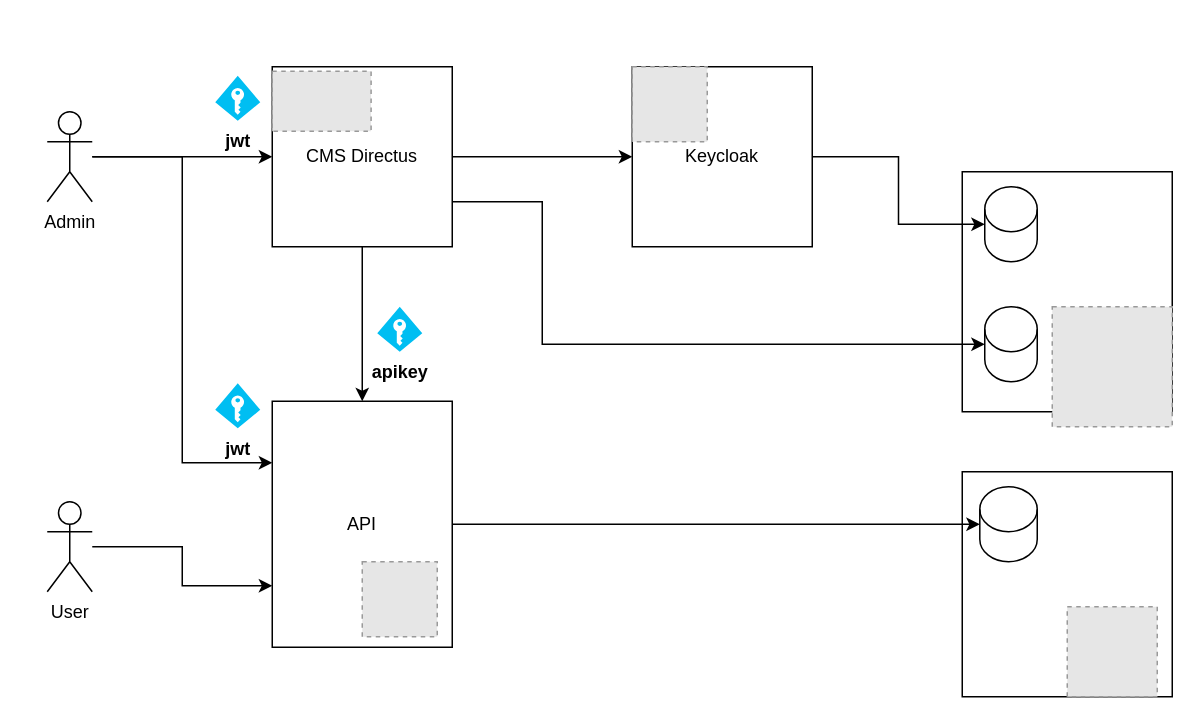
The draw.io diagram doc/architecture.drawio in epourail/pewpui, before the edit. Source tidied: cells renumbered, new cells numbered last; positions are measured from the earlier drawing's top-left corner, leaving out a move shared by most shapes. Both pictures are drawn from the tidied source at 150%, with x=0, y=0 at pixel (46, 66). Pictures stored in the file or linked from it are replaced by grey dashed boxes.
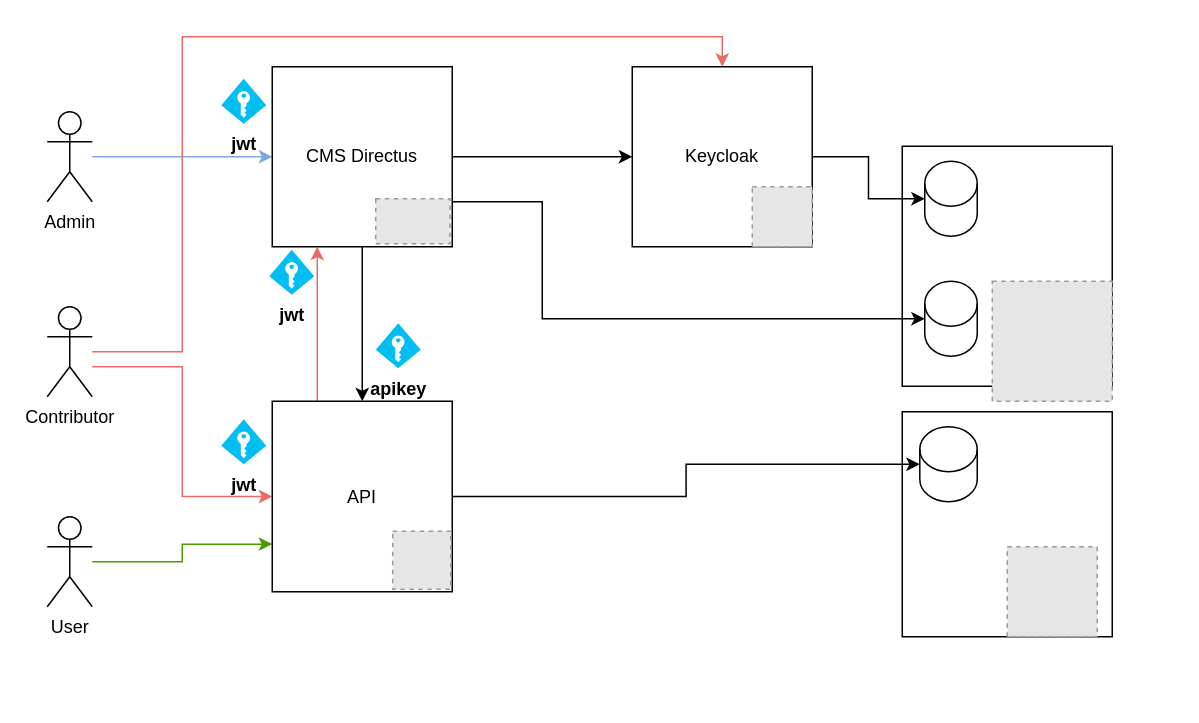
After the change.

Unchanged cells that the change refers to:
```xml
<mxCell id="4" style="shape=cylinder3;whiteSpace=wrap;html=1;boundedLbl=1;backgroundOutline=1;size=15;" parent="2" vertex="1">
  <mxGeometry x="11.7" y="10" width="38.3" height="50" as="geometry" />
</mxCell>
<mxCell id="14" value="Admin" style="shape=umlActor;verticalLabelPosition=bottom;verticalAlign=top;html=1;outlineConnect=0;" parent="1" vertex="1">
  <mxGeometry y="30" width="30" height="60" as="geometry" />
</mxCell>
<mxCell id="21" style="shape=cylinder3;whiteSpace=wrap;html=1;boundedLbl=1;backgroundOutline=1;size=15;" parent="17" vertex="1">
  <mxGeometry x="15" y="90" width="35" height="50" as="geometry" />
</mxCell>
```

What changed in the source:
```diff
@@
     <mxCell id="2" style="group;" parent="1" vertex="1">
-      <mxGeometry x="610" y="270" width="140" height="150" as="geometry" />
+      <mxGeometry x="570" y="230" width="140" height="150" as="geometry" />
     </mxCell>
@@
-    <mxCell id="6" style="group;" parent="1" vertex="1">
-      <mxGeometry x="390" width="120" height="120" as="geometry" />
-    </mxCell>
-    <mxCell id="7" value="Keycloak" style="whiteSpace=wrap;html=1;" parent="6" vertex="1">
-      <mxGeometry width="120" height="120" as="geometry" />
-    </mxCell>
-    <mxCell id="8" style="fillColor=#E6E6E6;strokeColor=#999999;dashed=1;verticalLabelPosition=bottom;labelBackgroundColor=default;verticalAlign=top;" parent="6" vertex="1">
-      <mxGeometry width="50" height="50" as="geometry" />
-    </mxCell>
-    <mxCell id="9" style="group;" parent="1" vertex="1">
-      <mxGeometry x="150" width="120" height="120" as="geometry" />
-    </mxCell>
-    <mxCell id="10" value="CMS Directus" style="rounded=0;whiteSpace=wrap;html=1;" parent="9" vertex="1">
-      <mxGeometry width="120" height="120" as="geometry" />
-    </mxCell>
-    <mxCell id="11" style="fillColor=#E6E6E6;strokeColor=#999999;dashed=1;verticalLabelPosition=bottom;labelBackgroundColor=default;verticalAlign=top;" parent="9" vertex="1">
-      <mxGeometry y="3" width="65.9" height="40" as="geometry" />
-    </mxCell>
-    <mxCell id="12" style="edgeStyle=orthogonalEdgeStyle;rounded=0;jettySize=auto;html=1;" parent="1" edge="1" source="14" target="10">
-      <mxGeometry relative="1" as="geometry" />
+    <mxCell id="12" style="edgeStyle=orthogonalEdgeStyle;rounded=0;jettySize=auto;html=1;strokeColor=#7EA6E0;" parent="1" edge="1" source="14" target="10">
+      <mxGeometry relative="1" as="geometry">
+        <Array as="points">
+          <mxPoint x="60" y="60" />
+          <mxPoint x="60" y="60" />
+        </Array>
+      </mxGeometry>
     </mxCell>
-    <mxCell id="13" style="edgeStyle=orthogonalEdgeStyle;rounded=0;jettySize=auto;html=1;entryX=0;entryY=0.25;entryDx=0;entryDy=0;" parent="1" edge="1" target="31">
+    <mxCell id="13" style="edgeStyle=orthogonalEdgeStyle;rounded=0;jettySize=auto;html=1;strokeColor=#EA6B66;entryX=0;entryY=0.5;entryDx=0;entryDy=0;" parent="1" edge="1" source="34" target="31">
       <mxGeometry relative="1" as="geometry">
-        <mxPoint x="30" y="60" as="sourcePoint" />
         <Array as="points">
-          <mxPoint x="90" y="60" />
-          <mxPoint x="90" y="264" />
+          <mxPoint x="90" y="200" />
+          <mxPoint x="90" y="287" />
         </Array>
       </mxGeometry>
     </mxCell>
@@
-    <mxCell id="15" style="edgeStyle=orthogonalEdgeStyle;rounded=0;jettySize=auto;html=1;entryX=0;entryY=0.75;entryDx=0;entryDy=0;" parent="1" edge="1" source="16" target="31">
+    <mxCell id="15" style="edgeStyle=orthogonalEdgeStyle;rounded=0;jettySize=auto;html=1;strokeColor=#4D9900;entryX=0;entryY=0.75;entryDx=0;entryDy=0;" parent="1" edge="1" source="16" target="31">
       <mxGeometry relative="1" as="geometry" />
     </mxCell>
     <mxCell id="16" value="User" style="shape=umlActor;verticalLabelPosition=bottom;verticalAlign=top;html=1;outlineConnect=0;" parent="1" vertex="1">
-      <mxGeometry y="290" width="30" height="60" as="geometry" />
+      <mxGeometry y="300" width="30" height="60" as="geometry" />
     </mxCell>
     <mxCell id="17" style="group;" parent="1" vertex="1">
-      <mxGeometry x="610" y="70" width="140" height="170" as="geometry" />
+      <mxGeometry x="570" y="53" width="140" height="170" as="geometry" />
     </mxCell>
@@
     <mxCell id="23" style="edgeStyle=orthogonalEdgeStyle;rounded=0;jettySize=auto;html=1;entryX=0;entryY=0.5;entryDx=0;entryDy=0;entryPerimeter=0;exitX=1;exitY=0.75;exitDx=0;exitDy=0;" parent="1" edge="1" source="10" target="21">
       <mxGeometry relative="1" as="geometry">
         <Array as="points">
           <mxPoint x="330" y="90" />
-          <mxPoint x="330" y="185" />
+          <mxPoint x="330" y="168" />
         </Array>
       </mxGeometry>
     </mxCell>
@@
-    <mxCell id="25" style="edgeStyle=orthogonalEdgeStyle;rounded=0;jettySize=auto;html=1;" parent="1" edge="1" source="10" target="31">
+    <mxCell id="25" style="edgeStyle=orthogonalEdgeStyle;rounded=0;jettySize=auto;html=1;strokeColor=#000000;" parent="1" edge="1" source="10" target="31">
       <mxGeometry relative="1" as="geometry" />
     </mxCell>
-    <mxCell id="26" style="edgeStyle=orthogonalEdgeStyle;rounded=0;jettySize=auto;html=1;entryX=0;entryY=0.5;entryDx=0;entryDy=0;entryPerimeter=0;" parent="1" edge="1" source="31" target="4">
+    <mxCell id="26" style="edgeStyle=orthogonalEdgeStyle;rounded=0;jettySize=auto;html=1;entryX=0;entryY=0.5;entryDx=0;entryDy=0;entryPerimeter=0;strokeColor=#000000;" parent="1" edge="1" source="31" target="4">
       <mxGeometry relative="1" as="geometry" />
     </mxCell>
     <mxCell id="27" value="apikey" style="verticalLabelPosition=bottom;html=1;verticalAlign=top;align=center;strokeColor=none;fillColor=#00BEF2;shape=mxgraph.azure.access_control;fontStyle=1;" parent="1" vertex="1">
-      <mxGeometry x="220" y="160" width="30" height="30" as="geometry" />
+      <mxGeometry x="219" y="171" width="30" height="30" as="geometry" />
     </mxCell>
     <mxCell id="28" value="jwt" style="verticalLabelPosition=bottom;html=1;verticalAlign=top;align=center;strokeColor=none;fillColor=#00BEF2;shape=mxgraph.azure.access_control;fontStyle=1;" parent="1" vertex="1">
-      <mxGeometry x="112" y="6" width="30" height="30" as="geometry" />
+      <mxGeometry x="116" y="8" width="30" height="30" as="geometry" />
     </mxCell>
     <mxCell id="29" value="&lt;b&gt;jwt&lt;/b&gt;" style="verticalLabelPosition=bottom;html=1;verticalAlign=top;align=center;strokeColor=none;fillColor=#00BEF2;shape=mxgraph.azure.access_control;" parent="1" vertex="1">
-      <mxGeometry x="112" y="211" width="30" height="30" as="geometry" />
+      <mxGeometry x="116" y="235" width="30" height="30" as="geometry" />
     </mxCell>
-    <mxCell id="30" style="group;" parent="1" vertex="1">
-      <mxGeometry x="150" y="223" width="120" height="164" as="geometry" />
-    </mxCell>
+    <mxCell id="33" style="edgeStyle=orthogonalEdgeStyle;rounded=0;jettySize=auto;html=1;strokeColor=#EA6B66;" parent="1" edge="1" source="34" target="7">
+      <mxGeometry relative="1" as="geometry">
+        <Array as="points">
+          <mxPoint x="90" y="190" />
+          <mxPoint x="90" y="-20" />
+          <mxPoint x="450" y="-20" />
+        </Array>
+      </mxGeometry>
+    </mxCell>
+    <mxCell id="34" value="Contributor" style="shape=umlActor;verticalLabelPosition=bottom;verticalAlign=top;html=1;outlineConnect=0;" parent="1" vertex="1">
+      <mxGeometry y="160" width="30" height="60" as="geometry" />
+    </mxCell>
+    <mxCell id="35" style="edgeStyle=orthogonalEdgeStyle;rounded=0;jettySize=auto;html=1;exitX=0.25;exitY=0;exitDx=0;exitDy=0;entryX=0.25;entryY=1;entryDx=0;entryDy=0;strokeColor=#EA6B66;" parent="1" edge="1" source="31" target="10">
+      <mxGeometry relative="1" as="geometry" />
+    </mxCell>
+    <mxCell id="36" value="&lt;b&gt;jwt&lt;/b&gt;" style="verticalLabelPosition=bottom;html=1;verticalAlign=top;align=center;strokeColor=none;fillColor=#00BEF2;shape=mxgraph.azure.access_control;" parent="1" vertex="1">
+      <mxGeometry x="148" y="122" width="30" height="30" as="geometry" />
+    </mxCell>
-    <mxCell id="31" value="API" style="rounded=0;whiteSpace=wrap;html=1;" parent="30" vertex="1">
-      <mxGeometry width="120" height="164" as="geometry" />
+    <mxCell id="31" value="API" style="rounded=0;whiteSpace=wrap;html=1;" parent="1" vertex="1">
+      <mxGeometry x="150" y="223" width="120" height="127" as="geometry" />
     </mxCell>
-    <mxCell id="32" style="fillColor=#E6E6E6;strokeColor=#999999;dashed=1;verticalLabelPosition=bottom;labelBackgroundColor=default;verticalAlign=top;" parent="30" vertex="1">
-      <mxGeometry x="60" y="107" width="50" height="50" as="geometry" />
+    <mxCell id="32" style="fillColor=#E6E6E6;strokeColor=#999999;dashed=1;verticalLabelPosition=bottom;labelBackgroundColor=default;verticalAlign=top;" parent="1" vertex="1">
+      <mxGeometry x="230.3" y="309.6" width="38.7" height="38.7" as="geometry" />
     </mxCell>
+    <mxCell id="10" value="CMS Directus" style="rounded=0;whiteSpace=wrap;html=1;" parent="1" vertex="1">
+      <mxGeometry x="150" width="120" height="120" as="geometry" />
+    </mxCell>
+    <mxCell id="11" style="fillColor=#E6E6E6;strokeColor=#999999;dashed=1;verticalLabelPosition=bottom;labelBackgroundColor=default;verticalAlign=top;" parent="1" vertex="1">
+      <mxGeometry x="219" y="88" width="49.5" height="30" as="geometry" />
+    </mxCell>
+    <mxCell id="7" value="Keycloak" style="whiteSpace=wrap;html=1;" parent="1" vertex="1">
+      <mxGeometry x="390" width="120" height="120" as="geometry" />
+    </mxCell>
+    <mxCell id="8" style="fillColor=#E6E6E6;strokeColor=#999999;dashed=1;verticalLabelPosition=bottom;labelBackgroundColor=default;verticalAlign=top;" parent="1" vertex="1">
+      <mxGeometry x="470" y="80" width="40" height="40" as="geometry" />
+    </mxCell>
```
